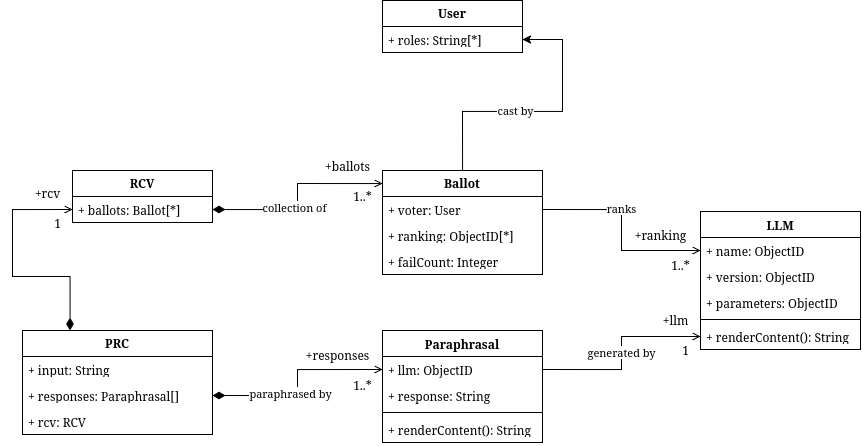
Nuna7/vhc-dash keeps this draw.io diagram as docs/images/ranker_db.png. Above is the earlier version. Source tidied: cells renumbered, new cells last; positions are measured from the earlier drawing's top-left corner, leaving out a move shared by most shapes. Source of this version:
```xml
<mxGraphModel>
  <root>
    <mxCell id="0" />
    <mxCell id="1" parent="0" />
    <mxCell id="2" value="Paraphrasal" style="swimlane;fontStyle=1;align=center;verticalAlign=top;horizontal=1;startSize=26;whiteSpace=wrap;html=1;" parent="1" vertex="1">
      <mxGeometry x="370" y="330" width="160" height="112" as="geometry" />
    </mxCell>
    <mxCell id="3" value="&lt;div&gt;+ llm: ObjectID&lt;/div&gt;&lt;div&gt;&lt;br&gt;&lt;/div&gt;" style="text;strokeColor=none;fillColor=none;align=left;verticalAlign=top;spacingLeft=4;spacingRight=4;overflow=hidden;points=[[0,0.5],[1,0.5]];portConstraint=eastwest;whiteSpace=wrap;html=1;" parent="2" vertex="1">
      <mxGeometry y="26" width="160" height="26" as="geometry" />
    </mxCell>
    <mxCell id="4" value="&lt;div&gt;+ response: String&lt;/div&gt;&lt;div&gt;&lt;br&gt;&lt;/div&gt;" style="text;strokeColor=none;fillColor=none;align=left;verticalAlign=top;spacingLeft=4;spacingRight=4;overflow=hidden;whiteSpace=wrap;html=1;" parent="2" vertex="1">
      <mxGeometry y="52" width="160" height="26" as="geometry" />
    </mxCell>
    <mxCell id="5" style="line;strokeWidth=1;fillColor=none;align=left;verticalAlign=middle;spacingTop=-1;spacingLeft=3;spacingRight=3;labelPosition=right;strokeColor=inherit;" parent="2" vertex="1">
      <mxGeometry y="78" width="160" height="8" as="geometry" />
    </mxCell>
    <mxCell id="6" value="+ renderContent(): String" style="text;strokeColor=none;fillColor=none;align=left;verticalAlign=top;spacingLeft=4;spacingRight=4;overflow=hidden;whiteSpace=wrap;html=1;" parent="2" vertex="1">
      <mxGeometry y="86" width="160" height="26" as="geometry" />
    </mxCell>
    <mxCell id="7" value="LLM" style="swimlane;fontStyle=1;align=center;verticalAlign=top;horizontal=1;startSize=26;whiteSpace=wrap;html=1;" parent="1" vertex="1">
      <mxGeometry x="688" y="211" width="160" height="138" as="geometry" />
    </mxCell>
    <mxCell id="8" value="&lt;div&gt;+ name: ObjectID&lt;/div&gt;&lt;div&gt;&lt;br&gt;&lt;/div&gt;" style="text;strokeColor=none;fillColor=none;align=left;verticalAlign=top;spacingLeft=4;spacingRight=4;overflow=hidden;points=[[0,0.5],[1,0.5]];portConstraint=eastwest;whiteSpace=wrap;html=1;" parent="7" vertex="1">
      <mxGeometry y="26" width="160" height="26" as="geometry" />
    </mxCell>
    <mxCell id="9" value="&lt;div&gt;+ version: ObjectID&lt;/div&gt;&lt;div&gt;&lt;br&gt;&lt;/div&gt;" style="text;strokeColor=none;fillColor=none;align=left;verticalAlign=top;spacingLeft=4;spacingRight=4;overflow=hidden;whiteSpace=wrap;html=1;" parent="7" vertex="1">
      <mxGeometry y="52" width="160" height="26" as="geometry" />
    </mxCell>
    <mxCell id="10" value="&lt;div&gt;+ parameters: ObjectID&lt;/div&gt;&lt;div&gt;&lt;br&gt;&lt;/div&gt;" style="text;strokeColor=none;fillColor=none;align=left;verticalAlign=top;spacingLeft=4;spacingRight=4;overflow=hidden;whiteSpace=wrap;html=1;" parent="7" vertex="1">
      <mxGeometry y="78" width="160" height="26" as="geometry" />
    </mxCell>
    <mxCell id="11" style="line;strokeWidth=1;fillColor=none;align=left;verticalAlign=middle;spacingTop=-1;spacingLeft=3;spacingRight=3;labelPosition=right;strokeColor=inherit;" parent="7" vertex="1">
      <mxGeometry y="104" width="160" height="8" as="geometry" />
    </mxCell>
    <mxCell id="12" value="+ renderContent(): String" style="text;strokeColor=none;fillColor=none;align=left;verticalAlign=top;spacingLeft=4;spacingRight=4;overflow=hidden;points=[[0,0.5],[1,0.5]];portConstraint=eastwest;whiteSpace=wrap;html=1;" parent="7" vertex="1">
      <mxGeometry y="112" width="160" height="26" as="geometry" />
    </mxCell>
    <mxCell id="13" style="edgeStyle=orthogonalEdgeStyle;rounded=0;jettySize=auto;html=1;exitX=0.5;exitY=0;exitDx=0;exitDy=0;entryX=1;entryY=0.5;entryDx=0;entryDy=0;" parent="1" edge="1" source="15" target="20">
      <mxGeometry relative="1" as="geometry">
        <Array as="points">
          <mxPoint x="450" y="111" />
          <mxPoint x="550" y="111" />
          <mxPoint x="550" y="39" />
        </Array>
      </mxGeometry>
    </mxCell>
    <mxCell id="14" value="cast by" style="edgeLabel;html=1;align=center;verticalAlign=middle;" parent="13" vertex="1">
      <mxGeometry x="-0.11" y="-1" relative="1" as="geometry">
        <mxPoint x="-8" y="-2" as="offset" />
      </mxGeometry>
    </mxCell>
    <mxCell id="15" value="&lt;b&gt;Ballot&lt;/b&gt;" style="swimlane;fontStyle=0;horizontal=1;startSize=26;fillColor=none;whiteSpace=wrap;html=1;" parent="1" vertex="1">
      <mxGeometry x="370" y="170" width="160" height="104" as="geometry" />
    </mxCell>
    <mxCell id="16" value="+ voter: User" style="text;strokeColor=none;fillColor=none;align=left;verticalAlign=top;spacingLeft=4;spacingRight=4;overflow=hidden;points=[[0,0.5],[1,0.5]];portConstraint=eastwest;whiteSpace=wrap;html=1;" parent="15" vertex="1">
      <mxGeometry y="26" width="160" height="26" as="geometry" />
    </mxCell>
    <mxCell id="17" value="&lt;div&gt;+ ranking: ObjectID[*]&lt;span style=&quot;white-space: pre;&quot;&gt;&#9;&lt;/span&gt;&lt;/div&gt;" style="text;strokeColor=none;fillColor=none;align=left;verticalAlign=top;spacingLeft=4;spacingRight=4;overflow=hidden;whiteSpace=wrap;html=1;" parent="15" vertex="1">
      <mxGeometry y="52" width="160" height="26" as="geometry" />
    </mxCell>
    <mxCell id="18" value="+ failCount: Integer" style="text;strokeColor=none;fillColor=none;align=left;verticalAlign=top;spacingLeft=4;spacingRight=4;overflow=hidden;whiteSpace=wrap;html=1;" parent="15" vertex="1">
      <mxGeometry y="78" width="160" height="26" as="geometry" />
    </mxCell>
    <mxCell id="19" value="&lt;b&gt;User&lt;/b&gt;" style="swimlane;fontStyle=0;horizontal=1;startSize=26;fillColor=none;whiteSpace=wrap;html=1;" parent="1" vertex="1">
      <mxGeometry x="370" width="140" height="52" as="geometry" />
    </mxCell>
    <mxCell id="20" value="+ roles: String[*]" style="text;strokeColor=none;fillColor=none;align=left;verticalAlign=top;spacingLeft=4;spacingRight=4;overflow=hidden;points=[[0,0.5],[1,0.5]];portConstraint=eastwest;whiteSpace=wrap;html=1;" parent="19" vertex="1">
      <mxGeometry y="26" width="140" height="26" as="geometry" />
    </mxCell>
    <mxCell id="21" value="&lt;b&gt;RCV&lt;/b&gt;" style="swimlane;fontStyle=0;horizontal=1;startSize=26;fillColor=none;whiteSpace=wrap;html=1;" parent="1" vertex="1">
      <mxGeometry x="60" y="170" width="140" height="52" as="geometry" />
    </mxCell>
    <mxCell id="22" value="+ ballots: Ballot[*]" style="text;strokeColor=none;fillColor=none;align=left;verticalAlign=top;spacingLeft=4;spacingRight=4;overflow=hidden;points=[[0,0.5],[1,0.5]];portConstraint=eastwest;whiteSpace=wrap;html=1;" parent="21" vertex="1">
      <mxGeometry y="26" width="140" height="26" as="geometry" />
    </mxCell>
    <mxCell id="23" style="edgeStyle=orthogonalEdgeStyle;rounded=0;jettySize=auto;html=1;exitX=0.25;exitY=0;exitDx=0;exitDy=0;entryX=0;entryY=0.5;entryDx=0;entryDy=0;startArrow=diamondThin;startFill=1;startSize=10;endArrow=open;endFill=0;" parent="1" edge="1" source="24" target="22">
      <mxGeometry relative="1" as="geometry">
        <Array as="points">
          <mxPoint x="58" y="276" />
          <mxPoint y="276" />
          <mxPoint y="209" />
        </Array>
      </mxGeometry>
    </mxCell>
    <mxCell id="24" value="&lt;b&gt;PRC&lt;/b&gt;" style="swimlane;fontStyle=0;horizontal=1;startSize=26;fillColor=none;whiteSpace=wrap;html=1;" parent="1" vertex="1">
      <mxGeometry x="10" y="330" width="190" height="104" as="geometry" />
    </mxCell>
    <mxCell id="25" value="+ input: String" style="text;strokeColor=none;fillColor=none;align=left;verticalAlign=top;spacingLeft=4;spacingRight=4;overflow=hidden;whiteSpace=wrap;html=1;" parent="24" vertex="1">
      <mxGeometry y="26" width="190" height="26" as="geometry" />
    </mxCell>
    <mxCell id="26" value="&lt;div&gt;+ responses: Paraphrasal[]&lt;span style=&quot;white-space: pre;&quot;&gt;&#9;&lt;/span&gt;&lt;/div&gt;" style="text;strokeColor=none;fillColor=none;align=left;verticalAlign=top;spacingLeft=4;spacingRight=4;overflow=hidden;points=[[0,0.5],[1,0.5]];portConstraint=eastwest;whiteSpace=wrap;html=1;" parent="24" vertex="1">
      <mxGeometry y="52" width="190" height="26" as="geometry" />
    </mxCell>
    <mxCell id="27" value="+ rcv: RCV" style="text;strokeColor=none;fillColor=none;align=left;verticalAlign=top;spacingLeft=4;spacingRight=4;overflow=hidden;whiteSpace=wrap;html=1;" parent="24" vertex="1">
      <mxGeometry y="78" width="190" height="26" as="geometry" />
    </mxCell>
    <mxCell id="28" style="edgeStyle=orthogonalEdgeStyle;rounded=0;jettySize=auto;html=1;exitX=1;exitY=0.5;exitDx=0;exitDy=0;entryX=0;entryY=0.125;entryDx=0;entryDy=0;entryPerimeter=0;startArrow=diamondThin;startFill=1;targetPerimeterSpacing=0;startSize=10;endArrow=open;endFill=0;" parent="1" edge="1" source="22" target="15">
      <mxGeometry relative="1" as="geometry" />
    </mxCell>
    <mxCell id="29" value="collection of" style="edgeLabel;html=1;align=center;verticalAlign=middle;" parent="28" vertex="1">
      <mxGeometry x="-0.19" y="2" relative="1" as="geometry">
        <mxPoint x="2" as="offset" />
      </mxGeometry>
    </mxCell>
    <mxCell id="30" value="&lt;div&gt;1..*&lt;/div&gt;" style="text;html=1;align=center;verticalAlign=middle;strokeColor=none;fillColor=none;" parent="1" vertex="1">
      <mxGeometry x="330" y="181" width="40" height="30" as="geometry" />
    </mxCell>
    <mxCell id="31" value="&lt;div&gt;+ballots&lt;/div&gt;" style="text;html=1;align=center;verticalAlign=middle;strokeColor=none;fillColor=none;" parent="1" vertex="1">
      <mxGeometry x="300" y="151" width="70" height="30" as="geometry" />
    </mxCell>
    <mxCell id="32" style="edgeStyle=orthogonalEdgeStyle;rounded=0;jettySize=auto;html=1;exitX=1;exitY=0.5;exitDx=0;exitDy=0;entryX=0;entryY=0.5;entryDx=0;entryDy=0;startArrow=diamondThin;startFill=1;startSize=10;endArrow=open;endFill=0;" parent="1" edge="1" source="26" target="3">
      <mxGeometry relative="1" as="geometry" />
    </mxCell>
    <mxCell id="33" value="paraphrased by" style="edgeLabel;html=1;align=center;verticalAlign=middle;" parent="32" vertex="1">
      <mxGeometry x="-0.21" y="-2" relative="1" as="geometry">
        <mxPoint y="-4" as="offset" />
      </mxGeometry>
    </mxCell>
    <mxCell id="34" value="&lt;div&gt;+responses&lt;/div&gt;" style="text;html=1;align=center;verticalAlign=middle;strokeColor=none;fillColor=none;" parent="1" vertex="1">
      <mxGeometry x="280" y="340" width="90" height="30" as="geometry" />
    </mxCell>
    <mxCell id="35" value="1..*" style="text;html=1;align=center;verticalAlign=middle;strokeColor=none;fillColor=none;" parent="1" vertex="1">
      <mxGeometry x="330" y="370" width="40" height="30" as="geometry" />
    </mxCell>
    <mxCell id="36" value="+rcv" style="text;html=1;align=center;verticalAlign=middle;strokeColor=none;fillColor=none;" parent="1" vertex="1">
      <mxGeometry x="10" y="178" width="50" height="30" as="geometry" />
    </mxCell>
    <mxCell id="37" value="&lt;div&gt;1&lt;/div&gt;" style="text;html=1;align=center;verticalAlign=middle;strokeColor=none;fillColor=none;" parent="1" vertex="1">
      <mxGeometry x="30" y="208" width="30" height="30" as="geometry" />
    </mxCell>
    <mxCell id="38" style="edgeStyle=orthogonalEdgeStyle;rounded=0;jettySize=auto;html=1;exitX=1;exitY=0.5;exitDx=0;exitDy=0;entryX=0;entryY=0.5;entryDx=0;entryDy=0;endArrow=open;endFill=0;" parent="1" edge="1" source="16" target="8">
      <mxGeometry relative="1" as="geometry" />
    </mxCell>
    <mxCell id="39" value="ranks" style="edgeLabel;html=1;align=center;verticalAlign=middle;" parent="38" vertex="1">
      <mxGeometry x="-0.2" relative="1" as="geometry">
        <mxPoint y="-2" as="offset" />
      </mxGeometry>
    </mxCell>
    <mxCell id="40" value="+ranking" style="text;html=1;align=center;verticalAlign=middle;strokeColor=none;fillColor=none;" parent="1" vertex="1">
      <mxGeometry x="608" y="220" width="80" height="30" as="geometry" />
    </mxCell>
    <mxCell id="41" value="&lt;div&gt;1..*&lt;/div&gt;" style="text;html=1;align=center;verticalAlign=middle;strokeColor=none;fillColor=none;" parent="1" vertex="1">
      <mxGeometry x="648" y="250" width="40" height="30" as="geometry" />
    </mxCell>
    <mxCell id="42" style="edgeStyle=orthogonalEdgeStyle;rounded=0;jettySize=auto;html=1;exitX=1;exitY=0.5;exitDx=0;exitDy=0;entryX=0;entryY=0.5;entryDx=0;entryDy=0;endArrow=open;endFill=0;" parent="1" edge="1" source="3" target="12">
      <mxGeometry relative="1" as="geometry" />
    </mxCell>
    <mxCell id="43" value="generated by" style="edgeLabel;html=1;align=center;verticalAlign=middle;" parent="42" vertex="1">
      <mxGeometry relative="1" as="geometry">
        <mxPoint y="-1" as="offset" />
      </mxGeometry>
    </mxCell>
    <mxCell id="44" value="&lt;div&gt;+llm&lt;/div&gt;" style="text;html=1;align=center;verticalAlign=middle;strokeColor=none;fillColor=none;" parent="1" vertex="1">
      <mxGeometry x="638" y="305" width="50" height="30" as="geometry" />
    </mxCell>
    <mxCell id="45" value="&lt;div&gt;1&lt;/div&gt;" style="text;html=1;align=center;verticalAlign=middle;strokeColor=none;fillColor=none;" parent="1" vertex="1">
      <mxGeometry x="658" y="335" width="30" height="30" as="geometry" />
    </mxCell>
  </root>
</mxGraphModel>
```
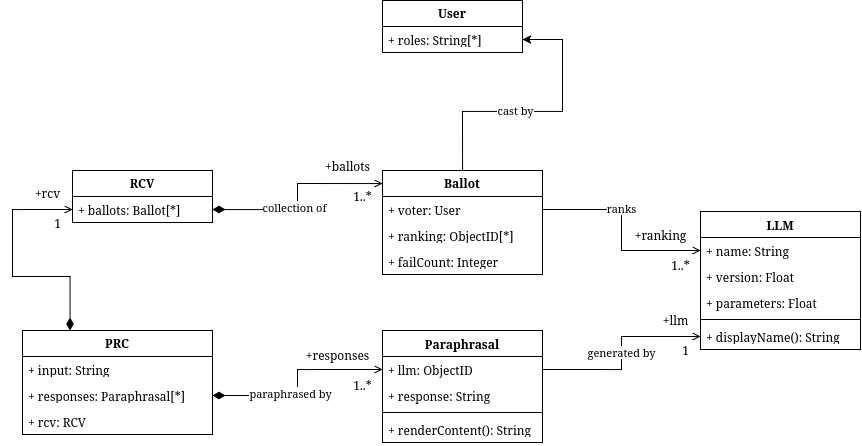
Above is the later version.

Commit message:
FIX DATA DIAGRAM

Change to the diagram source:
```diff
@@ -20,19 +20,19 @@
     <mxCell id="7" value="LLM" style="swimlane;fontStyle=1;align=center;verticalAlign=top;horizontal=1;startSize=26;whiteSpace=wrap;html=1;" parent="1" vertex="1">
       <mxGeometry x="688" y="211" width="160" height="138" as="geometry" />
     </mxCell>
-    <mxCell id="8" value="&lt;div&gt;+ name: ObjectID&lt;/div&gt;&lt;div&gt;&lt;br&gt;&lt;/div&gt;" style="text;strokeColor=none;fillColor=none;align=left;verticalAlign=top;spacingLeft=4;spacingRight=4;overflow=hidden;points=[[0,0.5],[1,0.5]];portConstraint=eastwest;whiteSpace=wrap;html=1;" parent="7" vertex="1">
+    <mxCell id="8" value="&lt;div&gt;+ name: String&lt;/div&gt;&lt;div&gt;&lt;br&gt;&lt;/div&gt;" style="text;strokeColor=none;fillColor=none;align=left;verticalAlign=top;spacingLeft=4;spacingRight=4;overflow=hidden;points=[[0,0.5],[1,0.5]];portConstraint=eastwest;whiteSpace=wrap;html=1;" parent="7" vertex="1">
       <mxGeometry y="26" width="160" height="26" as="geometry" />
     </mxCell>
-    <mxCell id="9" value="&lt;div&gt;+ version: ObjectID&lt;/div&gt;&lt;div&gt;&lt;br&gt;&lt;/div&gt;" style="text;strokeColor=none;fillColor=none;align=left;verticalAlign=top;spacingLeft=4;spacingRight=4;overflow=hidden;whiteSpace=wrap;html=1;" parent="7" vertex="1">
+    <mxCell id="9" value="&lt;div&gt;+ version: Float&lt;/div&gt;&lt;div&gt;&lt;br&gt;&lt;/div&gt;" style="text;strokeColor=none;fillColor=none;align=left;verticalAlign=top;spacingLeft=4;spacingRight=4;overflow=hidden;whiteSpace=wrap;html=1;" parent="7" vertex="1">
       <mxGeometry y="52" width="160" height="26" as="geometry" />
     </mxCell>
-    <mxCell id="10" value="&lt;div&gt;+ parameters: ObjectID&lt;/div&gt;&lt;div&gt;&lt;br&gt;&lt;/div&gt;" style="text;strokeColor=none;fillColor=none;align=left;verticalAlign=top;spacingLeft=4;spacingRight=4;overflow=hidden;whiteSpace=wrap;html=1;" parent="7" vertex="1">
+    <mxCell id="10" value="&lt;div&gt;+ parameters: Float&lt;/div&gt;&lt;div&gt;&lt;br&gt;&lt;/div&gt;" style="text;strokeColor=none;fillColor=none;align=left;verticalAlign=top;spacingLeft=4;spacingRight=4;overflow=hidden;whiteSpace=wrap;html=1;" parent="7" vertex="1">
       <mxGeometry y="78" width="160" height="26" as="geometry" />
     </mxCell>
     <mxCell id="11" style="line;strokeWidth=1;fillColor=none;align=left;verticalAlign=middle;spacingTop=-1;spacingLeft=3;spacingRight=3;labelPosition=right;strokeColor=inherit;" parent="7" vertex="1">
       <mxGeometry y="104" width="160" height="8" as="geometry" />
     </mxCell>
-    <mxCell id="12" value="+ renderContent(): String" style="text;strokeColor=none;fillColor=none;align=left;verticalAlign=top;spacingLeft=4;spacingRight=4;overflow=hidden;points=[[0,0.5],[1,0.5]];portConstraint=eastwest;whiteSpace=wrap;html=1;" parent="7" vertex="1">
+    <mxCell id="12" value="+ displayName(): String" style="text;strokeColor=none;fillColor=none;align=left;verticalAlign=top;spacingLeft=4;spacingRight=4;overflow=hidden;points=[[0,0.5],[1,0.5]];portConstraint=eastwest;whiteSpace=wrap;html=1;" parent="7" vertex="1">
       <mxGeometry y="112" width="160" height="26" as="geometry" />
     </mxCell>
     <mxCell id="13" style="edgeStyle=orthogonalEdgeStyle;rounded=0;jettySize=auto;html=1;exitX=0.5;exitY=0;exitDx=0;exitDy=0;entryX=1;entryY=0.5;entryDx=0;entryDy=0;" parent="1" edge="1" source="15" target="20">
@@ -88,7 +88,7 @@
     <mxCell id="25" value="+ input: String" style="text;strokeColor=none;fillColor=none;align=left;verticalAlign=top;spacingLeft=4;spacingRight=4;overflow=hidden;whiteSpace=wrap;html=1;" parent="24" vertex="1">
       <mxGeometry y="26" width="190" height="26" as="geometry" />
     </mxCell>
-    <mxCell id="26" value="&lt;div&gt;+ responses: Paraphrasal[]&lt;span style=&quot;white-space: pre;&quot;&gt;&#9;&lt;/span&gt;&lt;/div&gt;" style="text;strokeColor=none;fillColor=none;align=left;verticalAlign=top;spacingLeft=4;spacingRight=4;overflow=hidden;points=[[0,0.5],[1,0.5]];portConstraint=eastwest;whiteSpace=wrap;html=1;" parent="24" vertex="1">
+    <mxCell id="26" value="&lt;div&gt;+ responses: Paraphrasal[*]&lt;span style=&quot;white-space: pre;&quot;&gt;&#9;&lt;/span&gt;&lt;/div&gt;" style="text;strokeColor=none;fillColor=none;align=left;verticalAlign=top;spacingLeft=4;spacingRight=4;overflow=hidden;points=[[0,0.5],[1,0.5]];portConstraint=eastwest;whiteSpace=wrap;html=1;" parent="24" vertex="1">
       <mxGeometry y="52" width="190" height="26" as="geometry" />
     </mxCell>
     <mxCell id="27" value="+ rcv: RCV" style="text;strokeColor=none;fillColor=none;align=left;verticalAlign=top;spacingLeft=4;spacingRight=4;overflow=hidden;whiteSpace=wrap;html=1;" parent="24" vertex="1">
```
